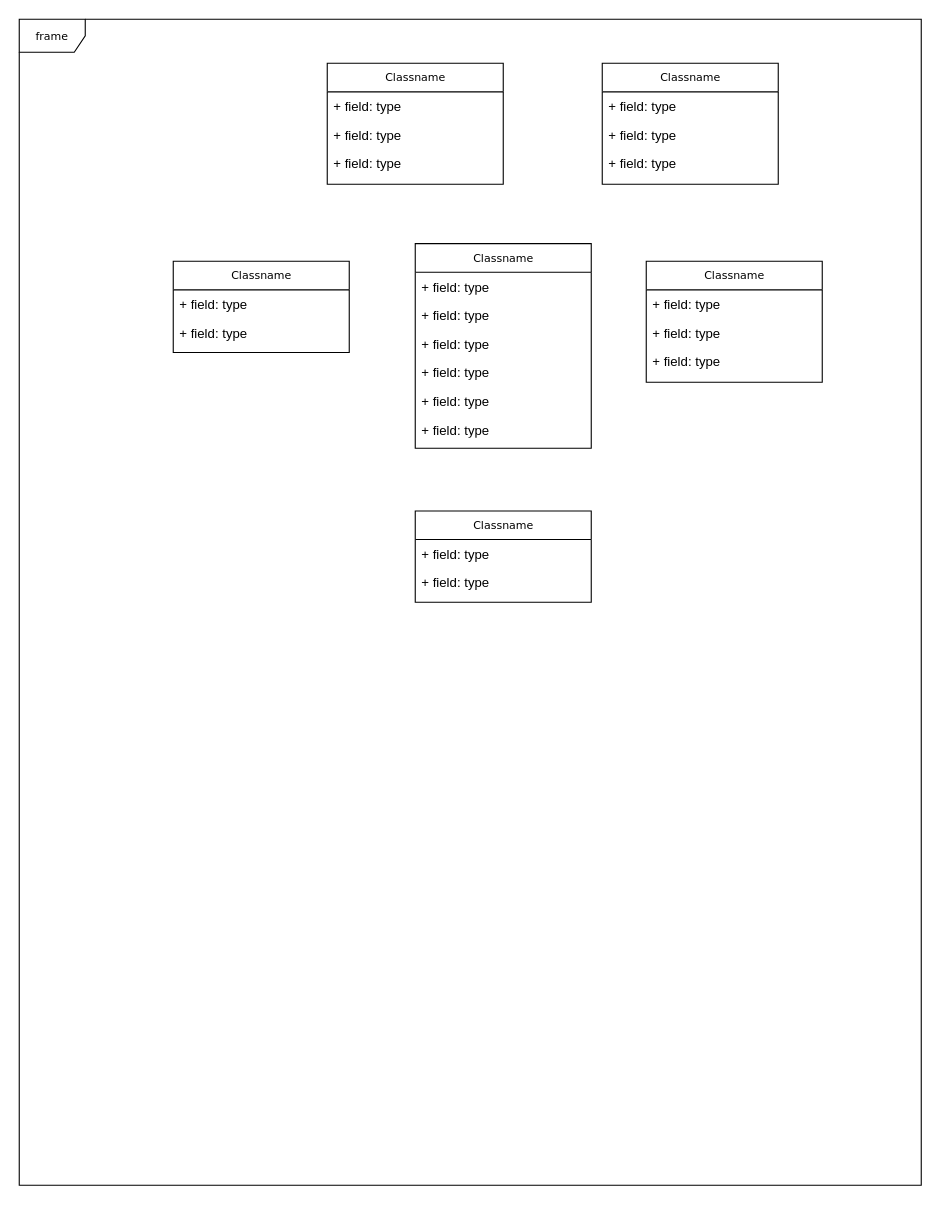
This is Class Diagram.drawio from zhoujing204/alien_invasion, a draw.io file, before an edit. Source tidied: cells renumbered, new cells numbered last; positions are measured from the earlier drawing's top-left corner, leaving out a move shared by most shapes. Both pictures are drawn from the tidied source at 110%, with x=0, y=0 at pixel (19, 19).
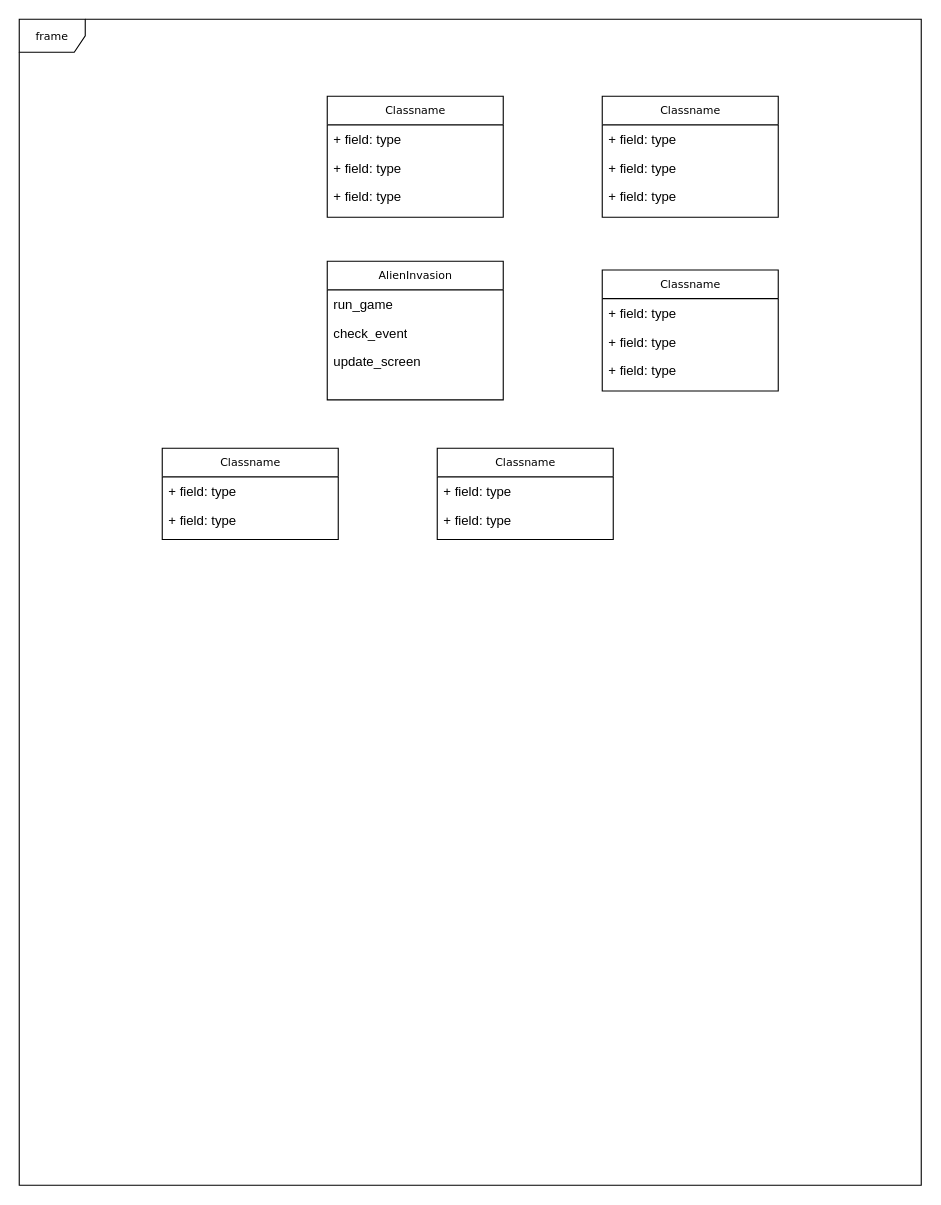
The same diagram, later.

What changed in the source:
```diff
@@
-    <mxCell id="3" value="Classname" style="swimlane;html=1;fontStyle=0;horizontal=1;startSize=26;fillColor=none;swimlaneFillColor=#ffffff;rounded=0;shadow=0;comic=0;labelBackgroundColor=none;strokeWidth=1;fontFamily=Verdana;fontSize=10;align=center;" parent="1" vertex="1">
-      <mxGeometry x="360" y="204" width="160" height="186" as="geometry" />
+    <mxCell id="3" value="AlienInvasion" style="swimlane;html=1;fontStyle=0;horizontal=1;startSize=26;fillColor=none;swimlaneFillColor=#ffffff;rounded=0;shadow=0;comic=0;labelBackgroundColor=none;strokeWidth=1;fontFamily=Verdana;fontSize=10;align=center;" parent="1" vertex="1">
+      <mxGeometry x="280" y="220" width="160" height="126" as="geometry" />
     </mxCell>
-    <mxCell id="4" value="+ field: type" style="text;html=1;strokeColor=none;fillColor=none;align=left;verticalAlign=top;spacingLeft=4;spacingRight=4;whiteSpace=wrap;overflow=hidden;" parent="3" vertex="1">
+    <mxCell id="4" value="run_game" style="text;html=1;strokeColor=none;fillColor=none;align=left;verticalAlign=top;spacingLeft=4;spacingRight=4;whiteSpace=wrap;overflow=hidden;" parent="3" vertex="1">
       <mxGeometry y="26" width="160" height="26" as="geometry" />
     </mxCell>
-    <mxCell id="5" value="+ field: type" style="text;html=1;strokeColor=none;fillColor=none;align=left;verticalAlign=top;spacingLeft=4;spacingRight=4;whiteSpace=wrap;overflow=hidden;" parent="3" vertex="1">
+    <mxCell id="5" value="check_event" style="text;html=1;strokeColor=none;fillColor=none;align=left;verticalAlign=top;spacingLeft=4;spacingRight=4;whiteSpace=wrap;overflow=hidden;" parent="3" vertex="1">
       <mxGeometry y="52" width="160" height="26" as="geometry" />
     </mxCell>
-    <mxCell id="6" value="+ field: type" style="text;html=1;strokeColor=none;fillColor=none;align=left;verticalAlign=top;spacingLeft=4;spacingRight=4;whiteSpace=wrap;overflow=hidden;" parent="3" vertex="1">
+    <mxCell id="6" value="update_screen" style="text;html=1;strokeColor=none;fillColor=none;align=left;verticalAlign=top;spacingLeft=4;spacingRight=4;whiteSpace=wrap;overflow=hidden;" parent="3" vertex="1">
       <mxGeometry y="78" width="160" height="26" as="geometry" />
     </mxCell>
-    <mxCell id="7" value="+ field: type" style="text;html=1;strokeColor=none;fillColor=none;align=left;verticalAlign=top;spacingLeft=4;spacingRight=4;whiteSpace=wrap;overflow=hidden;" parent="3" vertex="1">
-      <mxGeometry y="104" width="160" height="26" as="geometry" />
-    </mxCell>
-    <mxCell id="8" value="+ field: type" style="text;html=1;strokeColor=none;fillColor=none;align=left;verticalAlign=top;spacingLeft=4;spacingRight=4;whiteSpace=wrap;overflow=hidden;" parent="3" vertex="1">
-      <mxGeometry y="130" width="160" height="26" as="geometry" />
-    </mxCell>
-    <mxCell id="9" value="+ field: type" style="text;html=1;strokeColor=none;fillColor=none;align=left;verticalAlign=top;spacingLeft=4;spacingRight=4;whiteSpace=wrap;overflow=hidden;" parent="3" vertex="1">
-      <mxGeometry y="156" width="160" height="26" as="geometry" />
-    </mxCell>
     <mxCell id="10" value="Classname" style="swimlane;html=1;fontStyle=0;horizontal=1;startSize=26;fillColor=none;swimlaneFillColor=#ffffff;rounded=0;shadow=0;comic=0;labelBackgroundColor=none;strokeWidth=1;fontFamily=Verdana;fontSize=10;align=center;" parent="1" vertex="1">
-      <mxGeometry x="280" y="40" width="160" height="110" as="geometry" />
+      <mxGeometry x="280" y="70" width="160" height="110" as="geometry" />
     </mxCell>
@@
     <mxCell id="14" value="Classname" style="swimlane;html=1;fontStyle=0;horizontal=1;startSize=26;fillColor=none;swimlaneFillColor=#ffffff;rounded=0;shadow=0;comic=0;labelBackgroundColor=none;strokeWidth=1;fontFamily=Verdana;fontSize=10;align=center;" parent="1" vertex="1">
-      <mxGeometry x="530" y="40" width="160" height="110" as="geometry" />
+      <mxGeometry x="530" y="70" width="160" height="110" as="geometry" />
     </mxCell>
@@
     <mxCell id="18" value="Classname" style="swimlane;html=1;fontStyle=0;horizontal=1;startSize=26;fillColor=none;swimlaneFillColor=#ffffff;rounded=0;shadow=0;comic=0;labelBackgroundColor=none;strokeWidth=1;fontFamily=Verdana;fontSize=10;align=center;" parent="1" vertex="1">
-      <mxGeometry x="360" y="447" width="160" height="83" as="geometry" />
+      <mxGeometry x="380" y="390" width="160" height="83" as="geometry" />
     </mxCell>
@@
     <mxCell id="21" value="Classname" style="swimlane;html=1;fontStyle=0;horizontal=1;startSize=26;fillColor=none;swimlaneFillColor=#ffffff;rounded=0;shadow=0;comic=0;labelBackgroundColor=none;strokeWidth=1;fontFamily=Verdana;fontSize=10;align=center;" parent="1" vertex="1">
-      <mxGeometry x="570" y="220" width="160" height="110" as="geometry" />
+      <mxGeometry x="530" y="228" width="160" height="110" as="geometry" />
     </mxCell>
@@
     <mxCell id="25" value="Classname" style="swimlane;html=1;fontStyle=0;horizontal=1;startSize=26;fillColor=none;swimlaneFillColor=#ffffff;rounded=0;shadow=0;comic=0;labelBackgroundColor=none;strokeWidth=1;fontFamily=Verdana;fontSize=10;align=center;" parent="1" vertex="1">
-      <mxGeometry x="140" y="220" width="160" height="83" as="geometry" />
+      <mxGeometry x="130" y="390" width="160" height="83" as="geometry" />
     </mxCell>
```
